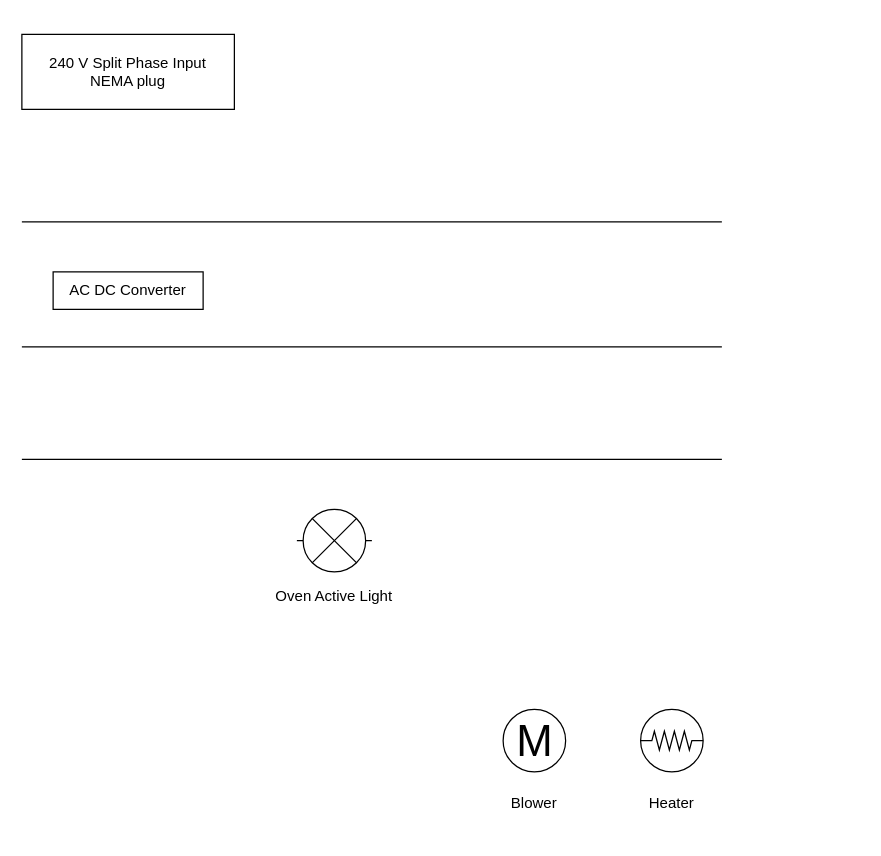
Before: page "Schematic" (3 of 3) of 02 - Electrical Schematics/CuringOvenWiring.drawio in waterloo-rocketry/curing-oven, a draw.io diagram. Source tidied: cells renumbered, new cells numbered last; positions are measured from the earlier drawing's top-left corner, leaving out a move shared by most shapes. Both pictures are drawn from the tidied source at 125%, with x=0, y=0 at pixel (21, 34).
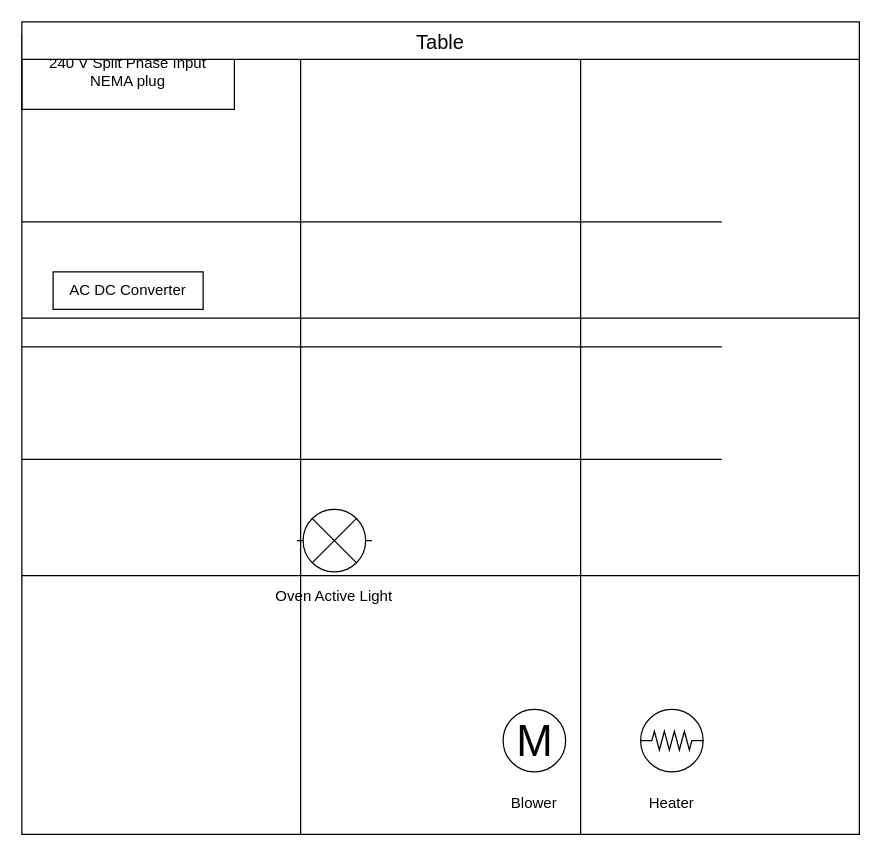
After the change.

Diff of the diagram source:
```diff
@@
+    <mxCell id="18" value="Table" style="shape=table;startSize=30;childLayout=tableLayout;strokeColor=default;fontSize=16;" parent="1" vertex="1">
+      <mxGeometry y="-10" width="670" height="650" as="geometry" />
+    </mxCell>
+    <mxCell id="19" style="shape=tableRow;horizontal=0;startSize=0;swimlaneHead=0;swimlaneBody=0;strokeColor=inherit;top=0;left=0;bottom=0;right=0;fillColor=none;fontSize=16;" parent="18" vertex="1">
+      <mxGeometry y="30" width="670" height="207" as="geometry" />
+    </mxCell>
+    <mxCell id="20" style="shape=partialRectangle;html=1;whiteSpace=wrap;strokeColor=inherit;overflow=hidden;fillColor=none;top=0;left=0;bottom=0;right=0;fontSize=16;" parent="19" vertex="1">
+      <mxGeometry width="223" height="207" as="geometry" />
+    </mxCell>
+    <mxCell id="21" style="shape=partialRectangle;html=1;whiteSpace=wrap;strokeColor=inherit;overflow=hidden;fillColor=none;top=0;left=0;bottom=0;right=0;fontSize=16;" parent="19" vertex="1">
+      <mxGeometry x="223" width="224" height="207" as="geometry" />
+    </mxCell>
+    <mxCell id="22" style="shape=partialRectangle;html=1;whiteSpace=wrap;strokeColor=inherit;overflow=hidden;fillColor=none;top=0;left=0;bottom=0;right=0;fontSize=16;" parent="19" vertex="1">
+      <mxGeometry x="447" width="223" height="207" as="geometry" />
+    </mxCell>
+    <mxCell id="23" style="shape=tableRow;horizontal=0;startSize=0;swimlaneHead=0;swimlaneBody=0;strokeColor=inherit;top=0;left=0;bottom=0;right=0;fillColor=none;fontSize=16;" parent="18" vertex="1">
+      <mxGeometry y="237" width="670" height="206" as="geometry" />
+    </mxCell>
+    <mxCell id="24" style="shape=partialRectangle;html=1;whiteSpace=wrap;strokeColor=inherit;overflow=hidden;fillColor=none;top=0;left=0;bottom=0;right=0;fontSize=16;" parent="23" vertex="1">
+      <mxGeometry width="223" height="206" as="geometry" />
+    </mxCell>
+    <mxCell id="25" style="shape=partialRectangle;html=1;whiteSpace=wrap;strokeColor=inherit;overflow=hidden;fillColor=none;top=0;left=0;bottom=0;right=0;fontSize=16;" parent="23" vertex="1">
+      <mxGeometry x="223" width="224" height="206" as="geometry" />
+    </mxCell>
+    <mxCell id="26" style="shape=partialRectangle;html=1;whiteSpace=wrap;strokeColor=inherit;overflow=hidden;fillColor=none;top=0;left=0;bottom=0;right=0;fontSize=16;" parent="23" vertex="1">
+      <mxGeometry x="447" width="223" height="206" as="geometry" />
+    </mxCell>
+    <mxCell id="27" style="shape=tableRow;horizontal=0;startSize=0;swimlaneHead=0;swimlaneBody=0;strokeColor=inherit;top=0;left=0;bottom=0;right=0;fillColor=none;fontSize=16;" parent="18" vertex="1">
+      <mxGeometry y="443" width="670" height="207" as="geometry" />
+    </mxCell>
+    <mxCell id="28" style="shape=partialRectangle;html=1;whiteSpace=wrap;strokeColor=inherit;overflow=hidden;fillColor=none;top=0;left=0;bottom=0;right=0;fontSize=16;" parent="27" vertex="1">
+      <mxGeometry width="223" height="207" as="geometry" />
+    </mxCell>
+    <mxCell id="29" style="shape=partialRectangle;html=1;whiteSpace=wrap;strokeColor=inherit;overflow=hidden;fillColor=none;top=0;left=0;bottom=0;right=0;fontSize=16;" parent="27" vertex="1">
+      <mxGeometry x="223" width="224" height="207" as="geometry" />
+    </mxCell>
+    <mxCell id="30" style="shape=partialRectangle;html=1;whiteSpace=wrap;strokeColor=inherit;overflow=hidden;fillColor=none;top=0;left=0;bottom=0;right=0;fontSize=16;" parent="27" vertex="1">
+      <mxGeometry x="447" width="223" height="207" as="geometry" />
+    </mxCell>
```
